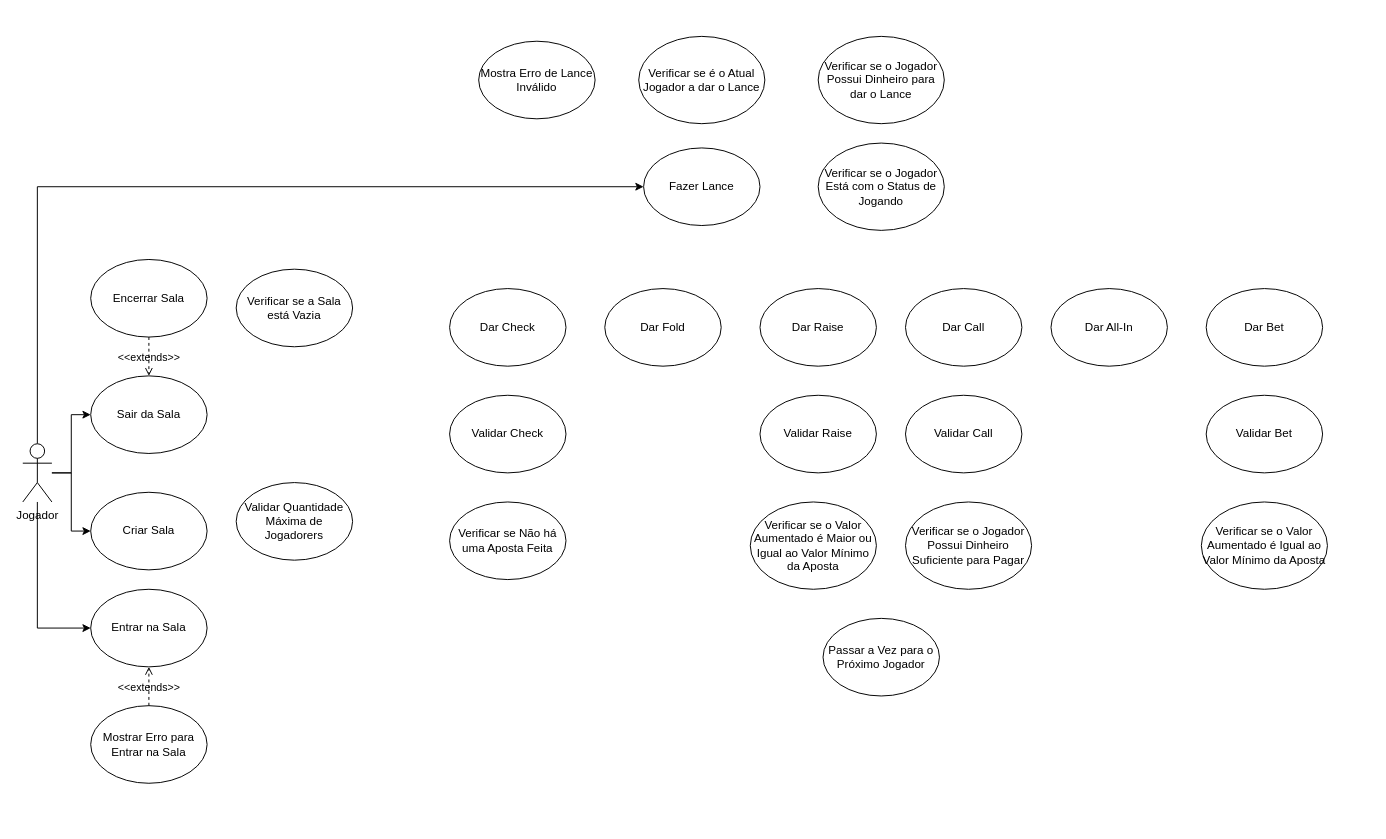
The draw.io diagram docs/diagrams/Untitled Diagram.drawio in Danrley-Ruan-Saquetti/poker, before the edit. Source tidied: cells renumbered, new cells numbered last; positions are measured from the earlier drawing's top-left corner, leaving out a move shared by most shapes. Both pictures are drawn from the tidied source at 97%, with x=0, y=0 at pixel (22, 36).
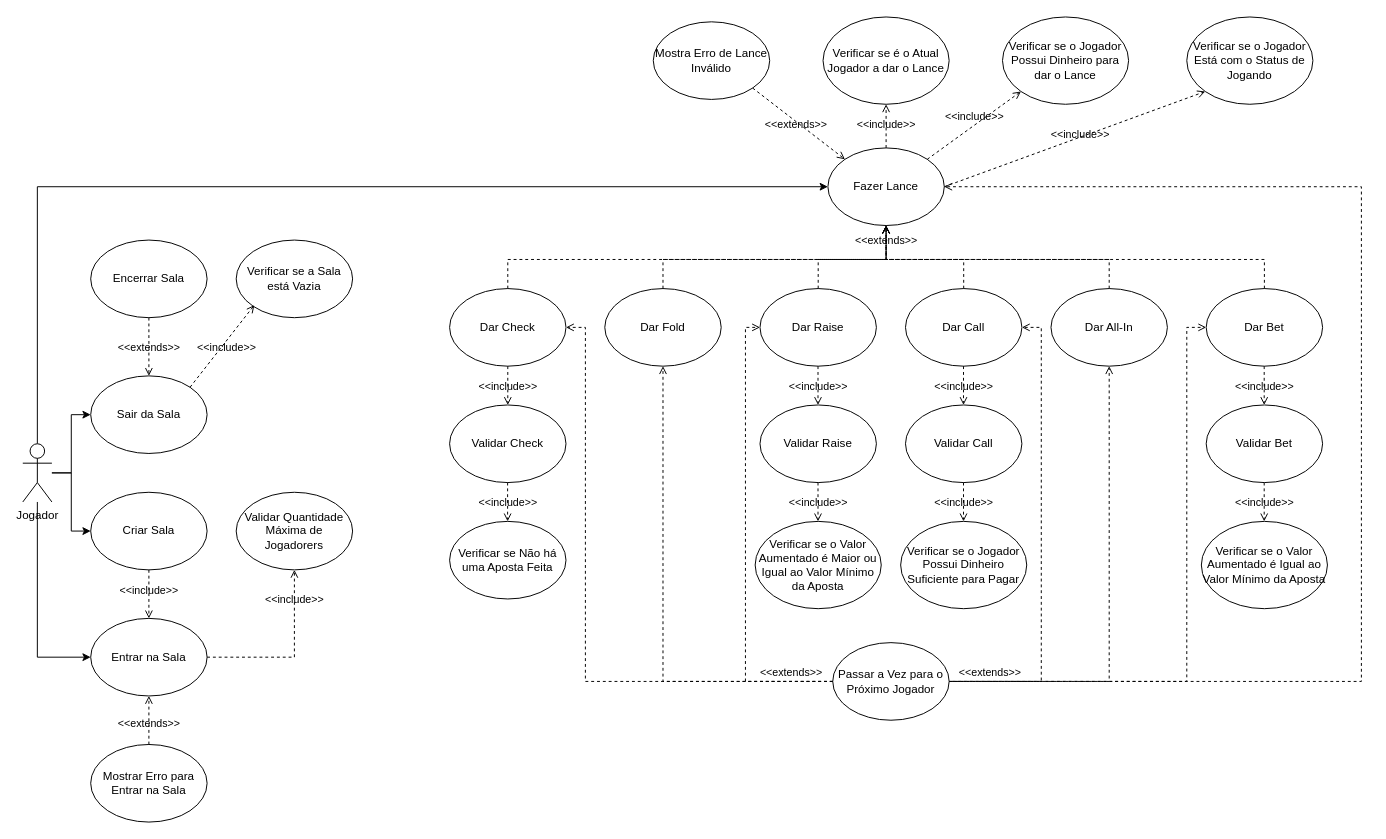
The same diagram, later.

The change refers to these unchanged cells:
```xml
<mxCell id="6" value="Jogador&lt;br&gt;" style="shape=umlActor;verticalLabelPosition=bottom;verticalAlign=top;html=1;outlineConnect=0;" parent="1" vertex="1">
  <mxGeometry y="420" width="30" height="60" as="geometry" />
</mxCell>
<mxCell id="8" value="Sair da Sala" style="ellipse;whiteSpace=wrap;html=1;" parent="1" vertex="1">
  <mxGeometry x="70" y="350" width="120" height="80" as="geometry" />
</mxCell>
<mxCell id="9" value="Criar Sala" style="ellipse;whiteSpace=wrap;html=1;" parent="1" vertex="1">
  <mxGeometry x="70" y="470" width="120" height="80" as="geometry" />
</mxCell>
<mxCell id="19" value="Dar Check" style="ellipse;whiteSpace=wrap;html=1;" parent="1" vertex="1">
  <mxGeometry x="440" y="260" width="120" height="80" as="geometry" />
</mxCell>
<mxCell id="20" value="Dar Fold" style="ellipse;whiteSpace=wrap;html=1;" parent="1" vertex="1">
  <mxGeometry x="600" y="260" width="120" height="80" as="geometry" />
</mxCell>
<mxCell id="21" value="Dar Raise" style="ellipse;whiteSpace=wrap;html=1;" parent="1" vertex="1">
  <mxGeometry x="760" y="260" width="120" height="80" as="geometry" />
</mxCell>
<mxCell id="22" value="Dar Call" style="ellipse;whiteSpace=wrap;html=1;" parent="1" vertex="1">
  <mxGeometry x="910" y="260" width="120" height="80" as="geometry" />
</mxCell>
<mxCell id="23" value="Dar All-In" style="ellipse;whiteSpace=wrap;html=1;" parent="1" vertex="1">
  <mxGeometry x="1060" y="260" width="120" height="80" as="geometry" />
</mxCell>
<mxCell id="24" value="Dar Bet" style="ellipse;whiteSpace=wrap;html=1;" parent="1" vertex="1">
  <mxGeometry x="1220" y="260" width="120" height="80" as="geometry" />
</mxCell>
```

What changed in the source:
```diff
@@
+    <mxCell id="36" style="html=1;verticalAlign=bottom;labelBackgroundColor=none;endArrow=open;endFill=0;dashed=1;rounded=0;exitX=0;exitY=0.5;exitDx=0;exitDy=0;entryX=1;entryY=0.5;entryDx=0;entryDy=0;" parent="1" edge="1" source="33" target="19">
+      <mxGeometry relative="1" as="geometry">
+        <Array as="points">
+          <mxPoint x="580" y="665" />
+          <mxPoint x="580" y="300" />
+        </Array>
+      </mxGeometry>
+    </mxCell>
@@
     <mxCell id="4" style="edgeStyle=orthogonalEdgeStyle;rounded=0;jettySize=auto;html=1;entryX=0;entryY=0.5;entryDx=0;entryDy=0;" parent="1" edge="1" source="6" target="7">
       <mxGeometry relative="1" as="geometry">
         <Array as="points">
-          <mxPoint x="15" y="610" />
+          <mxPoint x="15" y="640" />
         </Array>
       </mxGeometry>
     </mxCell>
@@
     <mxCell id="7" value="Entrar na Sala" style="ellipse;whiteSpace=wrap;html=1;" parent="1" vertex="1">
-      <mxGeometry x="70" y="570" width="120" height="80" as="geometry" />
+      <mxGeometry x="70" y="600" width="120" height="80" as="geometry" />
     </mxCell>
@@
     <mxCell id="10" value="Fazer Lance" style="ellipse;whiteSpace=wrap;html=1;" parent="1" vertex="1">
-      <mxGeometry x="640" y="115" width="120" height="80" as="geometry" />
+      <mxGeometry x="830" y="115" width="120" height="80" as="geometry" />
     </mxCell>
     <mxCell id="11" value="Encerrar Sala" style="ellipse;whiteSpace=wrap;html=1;" parent="1" vertex="1">
-      <mxGeometry x="70" y="230" width="120" height="80" as="geometry" />
+      <mxGeometry x="70" y="210" width="120" height="80" as="geometry" />
     </mxCell>
     <mxCell id="12" value="Verificar se a Sala está Vazia" style="ellipse;whiteSpace=wrap;html=1;" parent="1" vertex="1">
-      <mxGeometry x="220" y="240" width="120" height="80" as="geometry" />
+      <mxGeometry x="220" y="210" width="120" height="80" as="geometry" />
     </mxCell>
     <mxCell id="13" value="Validar Quantidade Máxima de Jogadorers" style="ellipse;whiteSpace=wrap;html=1;" parent="1" vertex="1">
-      <mxGeometry x="220" y="460" width="120" height="80" as="geometry" />
+      <mxGeometry x="220" y="470" width="120" height="80" as="geometry" />
     </mxCell>
     <mxCell id="14" value="Mostrar Erro para Entrar na Sala" style="ellipse;whiteSpace=wrap;html=1;" parent="1" vertex="1">
-      <mxGeometry x="70" y="690" width="120" height="80" as="geometry" />
+      <mxGeometry x="70" y="730" width="120" height="80" as="geometry" />
     </mxCell>
     <mxCell id="15" value="Mostra Erro de Lance Inválido" style="ellipse;whiteSpace=wrap;html=1;" parent="1" vertex="1">
-      <mxGeometry x="470" y="5" width="120" height="80" as="geometry" />
+      <mxGeometry x="650" y="-15" width="120" height="80" as="geometry" />
     </mxCell>
     <mxCell id="16" value="Verificar se é o Atual Jogador a dar o Lance" style="ellipse;whiteSpace=wrap;html=1;" parent="1" vertex="1">
-      <mxGeometry x="635" width="130" height="90" as="geometry" />
+      <mxGeometry x="825" y="-20" width="130" height="90" as="geometry" />
     </mxCell>
     <mxCell id="17" value="Verificar se o Jogador Possui Dinheiro para dar o Lance" style="ellipse;whiteSpace=wrap;html=1;" parent="1" vertex="1">
-      <mxGeometry x="820" width="130" height="90" as="geometry" />
+      <mxGeometry x="1010" y="-20" width="130" height="90" as="geometry" />
     </mxCell>
     <mxCell id="18" value="Verificar se o Jogador Está com o Status de Jogando" style="ellipse;whiteSpace=wrap;html=1;" parent="1" vertex="1">
-      <mxGeometry x="820" y="110" width="130" height="90" as="geometry" />
+      <mxGeometry x="1200" y="-20" width="130" height="90" as="geometry" />
     </mxCell>
@@
     <mxCell id="25" value="Validar Check" style="ellipse;whiteSpace=wrap;html=1;" parent="1" vertex="1">
-      <mxGeometry x="440" y="370" width="120" height="80" as="geometry" />
+      <mxGeometry x="440" y="380" width="120" height="80" as="geometry" />
     </mxCell>
     <mxCell id="26" value="Validar Raise" style="ellipse;whiteSpace=wrap;html=1;" parent="1" vertex="1">
-      <mxGeometry x="760" y="370" width="120" height="80" as="geometry" />
+      <mxGeometry x="760" y="380" width="120" height="80" as="geometry" />
     </mxCell>
     <mxCell id="27" value="Verificar se Não há uma Aposta Feita" style="ellipse;whiteSpace=wrap;html=1;" parent="1" vertex="1">
-      <mxGeometry x="440" y="480" width="120" height="80" as="geometry" />
+      <mxGeometry x="440" y="500" width="120" height="80" as="geometry" />
     </mxCell>
     <mxCell id="28" value="Verificar se o Valor Aumentado é Maior ou Igual ao Valor Mínimo da Aposta" style="ellipse;whiteSpace=wrap;html=1;" parent="1" vertex="1">
-      <mxGeometry x="750" y="480" width="130" height="90" as="geometry" />
+      <mxGeometry x="755" y="500" width="130" height="90" as="geometry" />
     </mxCell>
     <mxCell id="29" value="Validar Call" style="ellipse;whiteSpace=wrap;html=1;" parent="1" vertex="1">
-      <mxGeometry x="910" y="370" width="120" height="80" as="geometry" />
+      <mxGeometry x="910" y="380" width="120" height="80" as="geometry" />
     </mxCell>
     <mxCell id="30" value="Verificar se o Jogador Possui Dinheiro Suficiente para Pagar" style="ellipse;whiteSpace=wrap;html=1;" parent="1" vertex="1">
-      <mxGeometry x="910" y="480" width="130" height="90" as="geometry" />
+      <mxGeometry x="905" y="500" width="130" height="90" as="geometry" />
     </mxCell>
     <mxCell id="31" value="Validar Bet" style="ellipse;whiteSpace=wrap;html=1;" parent="1" vertex="1">
-      <mxGeometry x="1220" y="370" width="120" height="80" as="geometry" />
+      <mxGeometry x="1220" y="380" width="120" height="80" as="geometry" />
     </mxCell>
     <mxCell id="32" value="Verificar se o Valor Aumentado é Igual ao Valor Mínimo da Aposta" style="ellipse;whiteSpace=wrap;html=1;" parent="1" vertex="1">
-      <mxGeometry x="1215" y="480" width="130" height="90" as="geometry" />
+      <mxGeometry x="1215" y="500" width="130" height="90" as="geometry" />
     </mxCell>
     <mxCell id="33" value="Passar a Vez para o Próximo Jogador" style="ellipse;whiteSpace=wrap;html=1;" parent="1" vertex="1">
-      <mxGeometry x="825" y="600" width="120" height="80" as="geometry" />
+      <mxGeometry x="835" y="625" width="120" height="80" as="geometry" />
     </mxCell>
     <mxCell id="34" value="&amp;lt;&amp;lt;extends&amp;gt;&amp;gt;" style="html=1;verticalAlign=bottom;labelBackgroundColor=none;endArrow=open;endFill=0;dashed=1;rounded=0;exitX=0.5;exitY=1;exitDx=0;exitDy=0;entryX=0.5;entryY=0;entryDx=0;entryDy=0;" parent="1" edge="1" source="11" target="8">
-      <mxGeometry x="0.5" relative="1" as="geometry" />
+      <mxGeometry x="0.33" relative="1" as="geometry" />
     </mxCell>
@@
+    <mxCell id="37" value="&amp;lt;&amp;lt;include&amp;gt;&amp;gt;" style="html=1;verticalAlign=bottom;labelBackgroundColor=none;endArrow=open;endFill=0;dashed=1;rounded=0;exitX=0.5;exitY=1;exitDx=0;exitDy=0;" parent="1" edge="1" source="9" target="7">
+      <mxGeometry x="0.2" relative="1" as="geometry" />
+    </mxCell>
+    <mxCell id="38" value="&amp;lt;&amp;lt;include&amp;gt;&amp;gt;" style="html=1;verticalAlign=bottom;labelBackgroundColor=none;endArrow=open;endFill=0;dashed=1;rounded=0;exitX=1;exitY=0.5;exitDx=0;exitDy=0;entryX=0.5;entryY=1;entryDx=0;entryDy=0;" parent="1" edge="1" source="7" target="13">
+      <mxGeometry x="0.56" relative="1" as="geometry">
+        <Array as="points">
+          <mxPoint x="280" y="640" />
+        </Array>
+      </mxGeometry>
+    </mxCell>
+    <mxCell id="39" value="&amp;lt;&amp;lt;extends&amp;gt;&amp;gt;" style="html=1;verticalAlign=bottom;labelBackgroundColor=none;endArrow=open;endFill=0;dashed=1;rounded=0;entryX=0;entryY=0;entryDx=0;entryDy=0;exitX=1;exitY=1;exitDx=0;exitDy=0;" parent="1" edge="1" source="15" target="10">
+      <mxGeometry x="0.07" y="-10" relative="1" as="geometry" />
+    </mxCell>
+    <mxCell id="40" value="&amp;lt;&amp;lt;include&amp;gt;&amp;gt;" style="html=1;verticalAlign=bottom;labelBackgroundColor=none;endArrow=open;endFill=0;dashed=1;rounded=0;exitX=0.5;exitY=0;exitDx=0;exitDy=0;" parent="1" edge="1" source="10" target="16">
+      <mxGeometry x="-0.33" relative="1" as="geometry" />
+    </mxCell>
+    <mxCell id="41" value="&amp;lt;&amp;lt;include&amp;gt;&amp;gt;" style="html=1;verticalAlign=bottom;labelBackgroundColor=none;endArrow=open;endFill=0;dashed=1;rounded=0;exitX=1;exitY=0.5;exitDx=0;exitDy=0;entryX=0;entryY=1;entryDx=0;entryDy=0;" parent="1" edge="1" source="10" target="18">
+      <mxGeometry x="0.03" y="-6" relative="1" as="geometry" />
+    </mxCell>
+    <mxCell id="42" value="&amp;lt;&amp;lt;include&amp;gt;&amp;gt;" style="html=1;verticalAlign=bottom;labelBackgroundColor=none;endArrow=open;endFill=0;dashed=1;rounded=0;exitX=1;exitY=0;exitDx=0;exitDy=0;entryX=0;entryY=1;entryDx=0;entryDy=0;" parent="1" edge="1" source="10" target="17">
+      <mxGeometry relative="1" as="geometry" />
+    </mxCell>
+    <mxCell id="43" value="&amp;lt;&amp;lt;include&amp;gt;&amp;gt;" style="html=1;verticalAlign=bottom;labelBackgroundColor=none;endArrow=open;endFill=0;dashed=1;rounded=0;entryX=0.156;entryY=0.838;entryDx=0;entryDy=0;entryPerimeter=0;exitX=1;exitY=0;exitDx=0;exitDy=0;" parent="1" edge="1" source="8" target="12">
+      <mxGeometry x="-0.1" y="-10" relative="1" as="geometry" />
+    </mxCell>
+    <mxCell id="44" style="html=1;verticalAlign=bottom;labelBackgroundColor=none;endArrow=open;endFill=0;dashed=1;rounded=0;exitX=0.5;exitY=0;exitDx=0;exitDy=0;entryX=0.5;entryY=1;entryDx=0;entryDy=0;" parent="1" edge="1" source="19" target="10">
+      <mxGeometry relative="1" as="geometry">
+        <Array as="points">
+          <mxPoint x="500" y="230" />
+          <mxPoint x="890" y="230" />
+        </Array>
+      </mxGeometry>
+    </mxCell>
+    <mxCell id="45" style="html=1;verticalAlign=bottom;labelBackgroundColor=none;endArrow=open;endFill=0;dashed=1;rounded=0;exitX=0.5;exitY=0;exitDx=0;exitDy=0;entryX=0.5;entryY=1;entryDx=0;entryDy=0;" parent="1" edge="1" source="20" target="10">
+      <mxGeometry relative="1" as="geometry">
+        <Array as="points">
+          <mxPoint x="660" y="230" />
+          <mxPoint x="890" y="230" />
+        </Array>
+      </mxGeometry>
+    </mxCell>
+    <mxCell id="46" style="html=1;verticalAlign=bottom;labelBackgroundColor=none;endArrow=open;endFill=0;dashed=1;rounded=0;exitX=0.5;exitY=0;exitDx=0;exitDy=0;entryX=0.5;entryY=1;entryDx=0;entryDy=0;" parent="1" edge="1" source="21" target="10">
+      <mxGeometry relative="1" as="geometry">
+        <Array as="points">
+          <mxPoint x="820" y="230" />
+          <mxPoint x="890" y="230" />
+        </Array>
+      </mxGeometry>
+    </mxCell>
+    <mxCell id="47" value="&amp;lt;&amp;lt;extends&amp;gt;&amp;gt;" style="html=1;verticalAlign=bottom;labelBackgroundColor=none;endArrow=open;endFill=0;dashed=1;rounded=0;exitX=0.5;exitY=0;exitDx=0;exitDy=0;entryX=0.5;entryY=1;entryDx=0;entryDy=0;" parent="1" edge="1" source="22" target="10">
+      <mxGeometry x="0.66" relative="1" as="geometry">
+        <Array as="points">
+          <mxPoint x="970" y="230" />
+          <mxPoint x="890" y="230" />
+        </Array>
+      </mxGeometry>
+    </mxCell>
+    <mxCell id="48" style="html=1;verticalAlign=bottom;labelBackgroundColor=none;endArrow=open;endFill=0;dashed=1;rounded=0;exitX=0.5;exitY=0;exitDx=0;exitDy=0;entryX=0.5;entryY=1;entryDx=0;entryDy=0;" parent="1" edge="1" source="23" target="10">
+      <mxGeometry relative="1" as="geometry">
+        <Array as="points">
+          <mxPoint x="1120" y="230" />
+          <mxPoint x="890" y="230" />
+        </Array>
+      </mxGeometry>
+    </mxCell>
+    <mxCell id="49" style="html=1;verticalAlign=bottom;labelBackgroundColor=none;endArrow=open;endFill=0;dashed=1;rounded=0;entryX=0.5;entryY=1;entryDx=0;entryDy=0;exitX=0.5;exitY=0;exitDx=0;exitDy=0;" parent="1" edge="1" source="24" target="10">
+      <mxGeometry relative="1" as="geometry">
+        <Array as="points">
+          <mxPoint x="1280" y="230" />
+          <mxPoint x="890" y="230" />
+        </Array>
+      </mxGeometry>
+    </mxCell>
+    <mxCell id="50" value="&amp;lt;&amp;lt;include&amp;gt;&amp;gt;" style="html=1;verticalAlign=bottom;labelBackgroundColor=none;endArrow=open;endFill=0;dashed=1;rounded=0;exitX=0.5;exitY=1;exitDx=0;exitDy=0;" parent="1" edge="1" source="19" target="25">
+      <mxGeometry x="0.5" relative="1" as="geometry" />
+    </mxCell>
+    <mxCell id="51" value="&amp;lt;&amp;lt;include&amp;gt;&amp;gt;" style="html=1;verticalAlign=bottom;labelBackgroundColor=none;endArrow=open;endFill=0;dashed=1;rounded=0;exitX=0.5;exitY=1;exitDx=0;exitDy=0;" parent="1" edge="1">
+      <mxGeometry x="0.5" relative="1" as="geometry">
+        <mxPoint x="819.8" y="340" as="sourcePoint" />
+        <mxPoint x="819.8" y="380" as="targetPoint" />
+      </mxGeometry>
+    </mxCell>
+    <mxCell id="52" value="&amp;lt;&amp;lt;include&amp;gt;&amp;gt;" style="html=1;verticalAlign=bottom;labelBackgroundColor=none;endArrow=open;endFill=0;dashed=1;rounded=0;exitX=0.5;exitY=1;exitDx=0;exitDy=0;" parent="1" edge="1">
+      <mxGeometry x="0.5" relative="1" as="geometry">
+        <mxPoint x="969.8" y="340" as="sourcePoint" />
+        <mxPoint x="969.8" y="380" as="targetPoint" />
+      </mxGeometry>
+    </mxCell>
+    <mxCell id="53" value="&amp;lt;&amp;lt;include&amp;gt;&amp;gt;" style="html=1;verticalAlign=bottom;labelBackgroundColor=none;endArrow=open;endFill=0;dashed=1;rounded=0;exitX=0.5;exitY=1;exitDx=0;exitDy=0;" parent="1" edge="1">
+      <mxGeometry x="0.5" relative="1" as="geometry">
+        <mxPoint x="1279.8" y="340" as="sourcePoint" />
+        <mxPoint x="1279.8" y="380" as="targetPoint" />
+      </mxGeometry>
+    </mxCell>
+    <mxCell id="54" value="&amp;lt;&amp;lt;include&amp;gt;&amp;gt;" style="html=1;verticalAlign=bottom;labelBackgroundColor=none;endArrow=open;endFill=0;dashed=1;rounded=0;exitX=0.5;exitY=1;exitDx=0;exitDy=0;" parent="1" edge="1">
+      <mxGeometry x="0.5" relative="1" as="geometry">
+        <mxPoint x="499.8" y="460" as="sourcePoint" />
+        <mxPoint x="499.8" y="500" as="targetPoint" />
+      </mxGeometry>
+    </mxCell>
+    <mxCell id="55" value="&amp;lt;&amp;lt;include&amp;gt;&amp;gt;" style="html=1;verticalAlign=bottom;labelBackgroundColor=none;endArrow=open;endFill=0;dashed=1;rounded=0;exitX=0.5;exitY=1;exitDx=0;exitDy=0;" parent="1" edge="1">
+      <mxGeometry x="0.5" relative="1" as="geometry">
+        <mxPoint x="819.8" y="460" as="sourcePoint" />
+        <mxPoint x="819.8" y="500" as="targetPoint" />
+      </mxGeometry>
+    </mxCell>
+    <mxCell id="56" value="&amp;lt;&amp;lt;include&amp;gt;&amp;gt;" style="html=1;verticalAlign=bottom;labelBackgroundColor=none;endArrow=open;endFill=0;dashed=1;rounded=0;exitX=0.5;exitY=1;exitDx=0;exitDy=0;" parent="1" edge="1">
+      <mxGeometry x="0.5" relative="1" as="geometry">
+        <mxPoint x="969.8" y="460" as="sourcePoint" />
+        <mxPoint x="969.8" y="500" as="targetPoint" />
+      </mxGeometry>
+    </mxCell>
+    <mxCell id="57" value="&amp;lt;&amp;lt;include&amp;gt;&amp;gt;" style="html=1;verticalAlign=bottom;labelBackgroundColor=none;endArrow=open;endFill=0;dashed=1;rounded=0;exitX=0.5;exitY=1;exitDx=0;exitDy=0;" parent="1" edge="1">
+      <mxGeometry x="0.5" relative="1" as="geometry">
+        <mxPoint x="1279.8" y="460" as="sourcePoint" />
+        <mxPoint x="1279.8" y="500" as="targetPoint" />
+      </mxGeometry>
+    </mxCell>
+    <mxCell id="58" value="&amp;lt;&amp;lt;extends&amp;gt;&amp;gt;" style="html=1;verticalAlign=bottom;labelBackgroundColor=none;endArrow=open;endFill=0;dashed=1;rounded=0;exitX=0;exitY=0.5;exitDx=0;exitDy=0;" parent="1" edge="1" source="33" target="20">
+      <mxGeometry x="-0.83" relative="1" as="geometry">
+        <Array as="points">
+          <mxPoint x="660" y="665" />
+        </Array>
+      </mxGeometry>
+    </mxCell>
+    <mxCell id="59" value="&amp;lt;&amp;lt;extends&amp;gt;&amp;gt;" style="html=1;verticalAlign=bottom;labelBackgroundColor=none;endArrow=open;endFill=0;dashed=1;rounded=0;entryX=0.5;entryY=1;entryDx=0;entryDy=0;exitX=1;exitY=0.5;exitDx=0;exitDy=0;" parent="1" edge="1" source="33" target="23">
+      <mxGeometry x="-0.83" relative="1" as="geometry">
+        <Array as="points">
+          <mxPoint x="1120" y="665" />
+        </Array>
+      </mxGeometry>
+    </mxCell>
+    <mxCell id="60" style="html=1;verticalAlign=bottom;labelBackgroundColor=none;endArrow=open;endFill=0;dashed=1;rounded=0;exitX=1.027;exitY=0.499;exitDx=0;exitDy=0;entryX=0;entryY=0.5;entryDx=0;entryDy=0;exitPerimeter=0;" parent="1" edge="1" source="33" target="24">
+      <mxGeometry relative="1" as="geometry">
+        <Array as="points">
+          <mxPoint x="1200" y="665" />
+          <mxPoint x="1200" y="300" />
+        </Array>
+      </mxGeometry>
+    </mxCell>
+    <mxCell id="61" style="html=1;verticalAlign=bottom;labelBackgroundColor=none;endArrow=open;endFill=0;dashed=1;rounded=0;exitX=1;exitY=0.5;exitDx=0;exitDy=0;entryX=1;entryY=0.5;entryDx=0;entryDy=0;" parent="1" edge="1" source="33" target="22">
+      <mxGeometry relative="1" as="geometry">
+        <Array as="points">
+          <mxPoint x="1050" y="665" />
+          <mxPoint x="1050" y="300" />
+        </Array>
+      </mxGeometry>
+    </mxCell>
+    <mxCell id="62" style="html=1;verticalAlign=bottom;labelBackgroundColor=none;endArrow=open;endFill=0;dashed=1;rounded=0;exitX=0;exitY=0.5;exitDx=0;exitDy=0;entryX=0;entryY=0.5;entryDx=0;entryDy=0;" parent="1" edge="1" source="33" target="21">
+      <mxGeometry relative="1" as="geometry">
+        <Array as="points">
+          <mxPoint x="745" y="665" />
+          <mxPoint x="745" y="300" />
+        </Array>
+      </mxGeometry>
+    </mxCell>
+    <mxCell id="63" style="html=1;verticalAlign=bottom;labelBackgroundColor=none;endArrow=open;endFill=0;dashed=1;rounded=0;exitX=1.027;exitY=0.499;exitDx=0;exitDy=0;exitPerimeter=0;entryX=1;entryY=0.5;entryDx=0;entryDy=0;" parent="1" edge="1" target="10">
+      <mxGeometry relative="1" as="geometry">
+        <mxPoint x="958" y="665" as="sourcePoint" />
+        <Array as="points">
+          <mxPoint x="1200" y="665" />
+          <mxPoint x="1380" y="665" />
+          <mxPoint x="1380" y="155" />
+        </Array>
+      </mxGeometry>
+    </mxCell>
```
